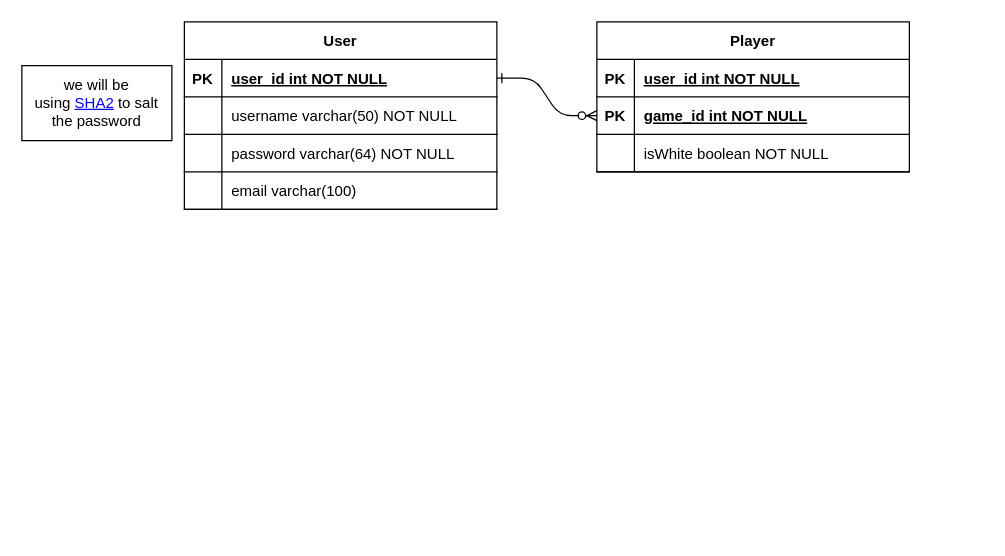
Ultrasonic1209/chess-app-frontend keeps this draw.io diagram as public/nea/Designed SQL.drawio. Above is the earlier version. Source tidied: cells renumbered, new cells numbered last; positions are measured from the earlier drawing's top-left corner, leaving out a move shared by most shapes. Both pictures are drawn from the tidied source at 125%, with x=0, y=0 at pixel (21, 21).
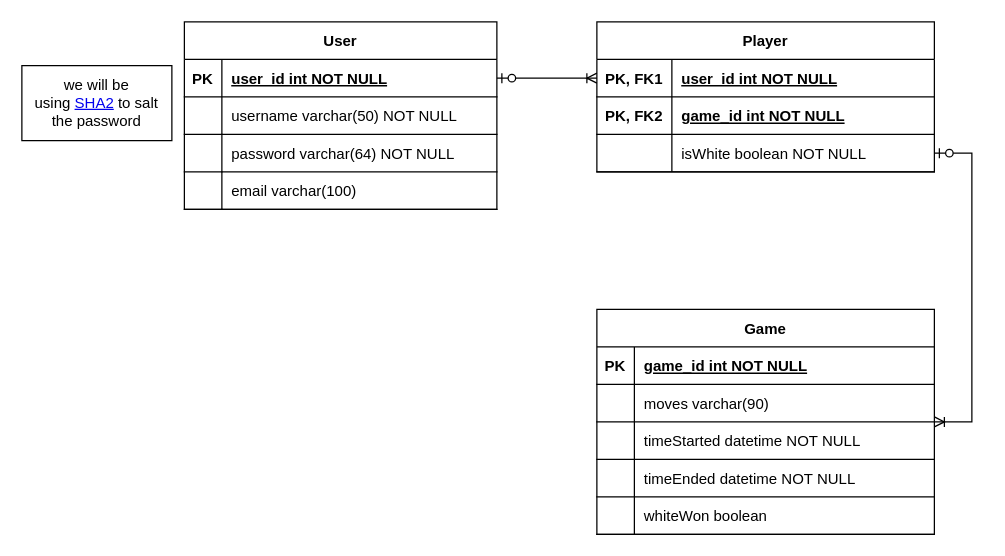
Above is the later version.

Commit message:
its just a game bro

Unchanged cells that the change refers to:
```xml
<mxCell id="14" style="shape=partialRectangle;fillColor=none;points=[[0,0.5],[1,0.5]];portConstraint=eastwest;top=0;left=0;right=0;bottom=1;" parent="13" vertex="1">
  <mxGeometry y="30" width="250" height="30" as="geometry" />
</mxCell>
```

Change to the diagram source:
```diff
@@
-    <mxCell id="2" style="edgeStyle=entityRelationEdgeStyle;endArrow=ERzeroToMany;startArrow=ERone;endFill=1;startFill=0;" parent="1" edge="1" source="14">
-      <mxGeometry relative="1" as="geometry">
-        <mxPoint x="460" y="75" as="targetPoint" />
-      </mxGeometry>
-    </mxCell>
     <mxCell id="3" value="Player" style="shape=table;startSize=30;childLayout=tableLayout;rowLines=0;fontStyle=1;align=center;" parent="1" vertex="1">
-      <mxGeometry x="460" width="250" height="120" as="geometry" />
+      <mxGeometry x="460" width="270" height="120" as="geometry" />
     </mxCell>
     <mxCell id="4" style="shape=partialRectangle;fillColor=none;points=[[0,0.5],[1,0.5]];portConstraint=eastwest;top=0;left=0;right=0;bottom=1;" parent="3" vertex="1">
-      <mxGeometry y="30" width="250" height="30" as="geometry" />
+      <mxGeometry y="30" width="270" height="30" as="geometry" />
     </mxCell>
-    <mxCell id="5" value="PK" style="shape=partialRectangle;overflow=hidden;fillColor=none;top=0;left=0;bottom=0;right=0;fontStyle=1;" parent="4" vertex="1">
-      <mxGeometry width="30" height="30" as="geometry" />
+    <mxCell id="5" value="PK, FK1" style="shape=partialRectangle;overflow=hidden;fillColor=none;top=0;left=0;bottom=0;right=0;fontStyle=1;" parent="4" vertex="1">
+      <mxGeometry width="60" height="30" as="geometry" />
     </mxCell>
     <mxCell id="6" value="user_id int NOT NULL " style="shape=partialRectangle;overflow=hidden;fillColor=none;top=0;left=0;bottom=0;right=0;align=left;spacingLeft=6;fontStyle=5;" parent="4" vertex="1">
-      <mxGeometry x="30" width="220" height="30" as="geometry" />
+      <mxGeometry x="60" width="210" height="30" as="geometry" />
     </mxCell>
     <mxCell id="7" style="shape=partialRectangle;fillColor=none;top=0;left=0;right=0;bottom=1;" parent="3" vertex="1">
-      <mxGeometry y="60" width="250" height="30" as="geometry" />
+      <mxGeometry y="60" width="270" height="30" as="geometry" />
     </mxCell>
-    <mxCell id="8" value="PK" style="shape=partialRectangle;overflow=hidden;fillColor=none;top=0;left=0;bottom=0;right=0;fontStyle=1;" parent="7" vertex="1">
-      <mxGeometry width="30" height="30" as="geometry" />
+    <mxCell id="8" value="PK, FK2" style="shape=partialRectangle;overflow=hidden;fillColor=none;top=0;left=0;bottom=0;right=0;fontStyle=1;" parent="7" vertex="1">
+      <mxGeometry width="60" height="30" as="geometry" />
     </mxCell>
     <mxCell id="9" value="game_id int NOT NULL " style="shape=partialRectangle;overflow=hidden;fillColor=none;top=0;left=0;bottom=0;right=0;align=left;spacingLeft=6;fontStyle=5;" parent="7" vertex="1">
-      <mxGeometry x="30" width="220" height="30" as="geometry" />
+      <mxGeometry x="60" width="210" height="30" as="geometry" />
     </mxCell>
     <mxCell id="10" style="shape=partialRectangle;fillColor=none;points=[[0,0.5],[1,0.5]];portConstraint=eastwest;top=0;left=0;right=0;bottom=1;" parent="3" vertex="1">
-      <mxGeometry y="90" width="250" height="30" as="geometry" />
+      <mxGeometry y="90" width="270" height="30" as="geometry" />
     </mxCell>
     <mxCell id="11" style="shape=partialRectangle;overflow=hidden;fillColor=none;top=0;left=0;bottom=0;right=0;fontStyle=1;" parent="10" vertex="1">
-      <mxGeometry width="30" height="30" as="geometry" />
+      <mxGeometry width="60" height="30" as="geometry" />
     </mxCell>
     <mxCell id="12" value="isWhite boolean NOT NULL " style="shape=partialRectangle;overflow=hidden;fillColor=none;top=0;left=0;bottom=0;right=0;align=left;spacingLeft=6;fontStyle=0;" parent="10" vertex="1">
-      <mxGeometry x="30" width="220" height="30" as="geometry" />
+      <mxGeometry x="60" width="210" height="30" as="geometry" />
     </mxCell>
@@
+    <mxCell id="27" value="Game" style="shape=table;startSize=30;childLayout=tableLayout;rowLines=0;fontStyle=1;align=center;" parent="1" vertex="1">
+      <mxGeometry x="460" y="230" width="270" height="180" as="geometry" />
+    </mxCell>
+    <mxCell id="28" style="shape=partialRectangle;fillColor=none;top=0;left=0;right=0;bottom=1;" parent="27" vertex="1">
+      <mxGeometry y="30" width="270" height="30" as="geometry" />
+    </mxCell>
+    <mxCell id="29" value="PK" style="shape=partialRectangle;overflow=hidden;fillColor=none;top=0;left=0;bottom=0;right=0;fontStyle=1;" parent="28" vertex="1">
+      <mxGeometry width="30" height="30" as="geometry" />
+    </mxCell>
+    <mxCell id="30" value="game_id int NOT NULL " style="shape=partialRectangle;overflow=hidden;fillColor=none;top=0;left=0;bottom=0;right=0;align=left;spacingLeft=6;fontStyle=5;" parent="28" vertex="1">
+      <mxGeometry x="30" width="240" height="30" as="geometry" />
+    </mxCell>
+    <mxCell id="31" style="shape=partialRectangle;fillColor=none;top=0;left=0;right=0;bottom=1;" parent="27" vertex="1">
+      <mxGeometry y="60" width="270" height="30" as="geometry" />
+    </mxCell>
+    <mxCell id="32" style="shape=partialRectangle;overflow=hidden;fillColor=none;top=0;left=0;bottom=0;right=0;fontStyle=1;" parent="31" vertex="1">
+      <mxGeometry width="30" height="30" as="geometry" />
+    </mxCell>
+    <mxCell id="33" value="moves varchar(90)" style="shape=partialRectangle;overflow=hidden;fillColor=none;top=0;left=0;bottom=0;right=0;align=left;spacingLeft=6;fontStyle=0;" parent="31" vertex="1">
+      <mxGeometry x="30" width="240" height="30" as="geometry" />
+    </mxCell>
+    <mxCell id="34" style="shape=partialRectangle;fillColor=none;top=0;left=0;right=0;bottom=1;" parent="27" vertex="1">
+      <mxGeometry y="90" width="270" height="30" as="geometry" />
+    </mxCell>
+    <mxCell id="35" style="shape=partialRectangle;overflow=hidden;fillColor=none;top=0;left=0;bottom=0;right=0;fontStyle=1;" parent="34" vertex="1">
+      <mxGeometry width="30" height="30" as="geometry" />
+    </mxCell>
+    <mxCell id="36" value="timeStarted datetime NOT NULL " style="shape=partialRectangle;overflow=hidden;fillColor=none;top=0;left=0;bottom=0;right=0;align=left;spacingLeft=6;fontStyle=0;" parent="34" vertex="1">
+      <mxGeometry x="30" width="240" height="30" as="geometry" />
+    </mxCell>
+    <mxCell id="37" style="shape=partialRectangle;fillColor=none;top=0;left=0;right=0;bottom=1;" parent="27" vertex="1">
+      <mxGeometry y="120" width="270" height="30" as="geometry" />
+    </mxCell>
+    <mxCell id="38" style="shape=partialRectangle;overflow=hidden;fillColor=none;top=0;left=0;bottom=0;right=0;fontStyle=1;" parent="37" vertex="1">
+      <mxGeometry width="30" height="30" as="geometry" />
+    </mxCell>
+    <mxCell id="39" value="timeEnded datetime NOT NULL " style="shape=partialRectangle;overflow=hidden;fillColor=none;top=0;left=0;bottom=0;right=0;align=left;spacingLeft=6;fontStyle=0;" parent="37" vertex="1">
+      <mxGeometry x="30" width="240" height="30" as="geometry" />
+    </mxCell>
+    <mxCell id="40" style="shape=partialRectangle;fillColor=none;top=0;left=0;right=0;bottom=1;" parent="27" vertex="1">
+      <mxGeometry y="150" width="270" height="30" as="geometry" />
+    </mxCell>
+    <mxCell id="41" style="shape=partialRectangle;overflow=hidden;fillColor=none;top=0;left=0;bottom=0;right=0;fontStyle=1;" parent="40" vertex="1">
+      <mxGeometry width="30" height="30" as="geometry" />
+    </mxCell>
+    <mxCell id="42" value="whiteWon boolean" style="shape=partialRectangle;overflow=hidden;fillColor=none;top=0;left=0;bottom=0;right=0;align=left;spacingLeft=6;fontStyle=0;" parent="40" vertex="1">
+      <mxGeometry x="30" width="240" height="30" as="geometry" />
+    </mxCell>
+    <mxCell id="43" style="edgeStyle=entityRelationEdgeStyle;fontSize=12;html=1;endArrow=ERoneToMany;startArrow=ERzeroToOne;rounded=0;" parent="1" edge="1" source="10" target="27">
+      <mxGeometry relative="1" as="geometry" />
+    </mxCell>
+    <mxCell id="44" style="edgeStyle=entityRelationEdgeStyle;fontSize=12;html=1;endArrow=ERoneToMany;startArrow=ERzeroToOne;rounded=0;exitX=1;exitY=0.5;exitDx=0;exitDy=0;entryX=0;entryY=0.5;entryDx=0;entryDy=0;" parent="1" edge="1" source="14" target="4">
+      <mxGeometry relative="1" as="geometry" />
+    </mxCell>
```
